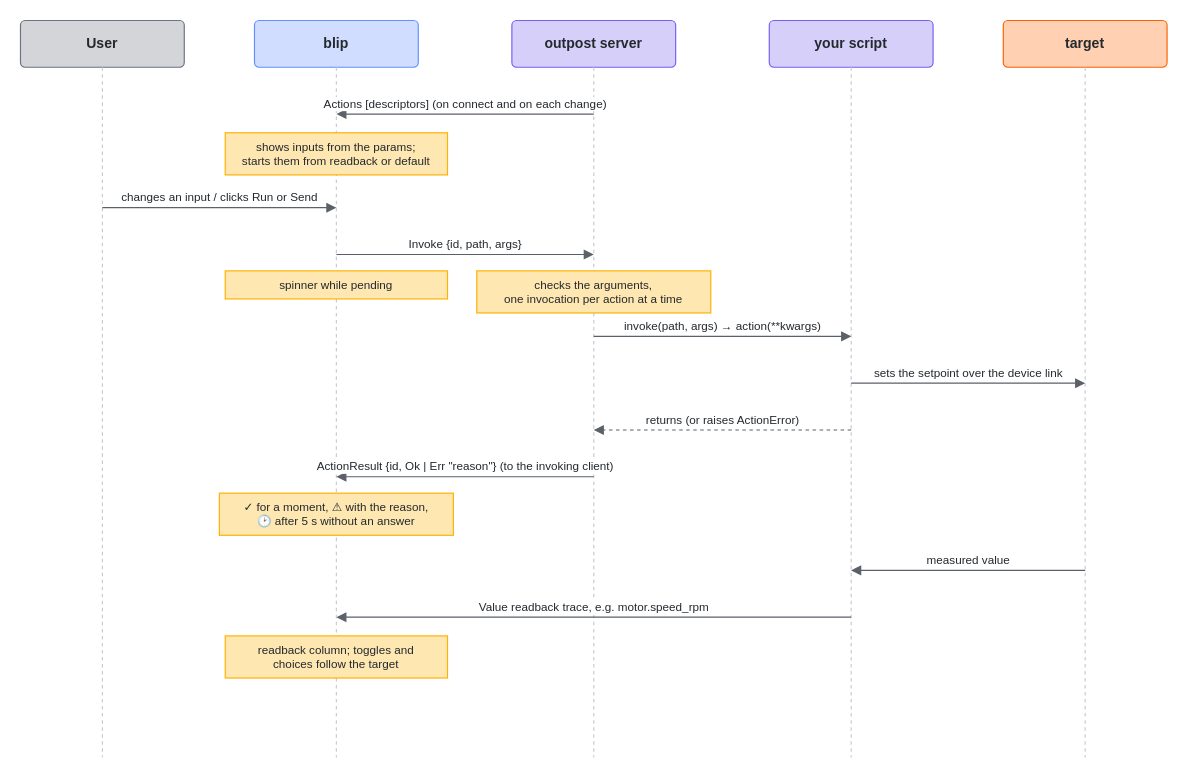
Before: doc/source/diagrams/action-sequence.drawio in stefanluethi/blip, a draw.io diagram. Source tidied: cells renumbered, new cells numbered last; positions are measured from the earlier drawing's top-left corner, leaving out a move shared by most shapes. Both pictures are drawn from the tidied source at 117%, with x=0, y=0 at pixel (20, 20).
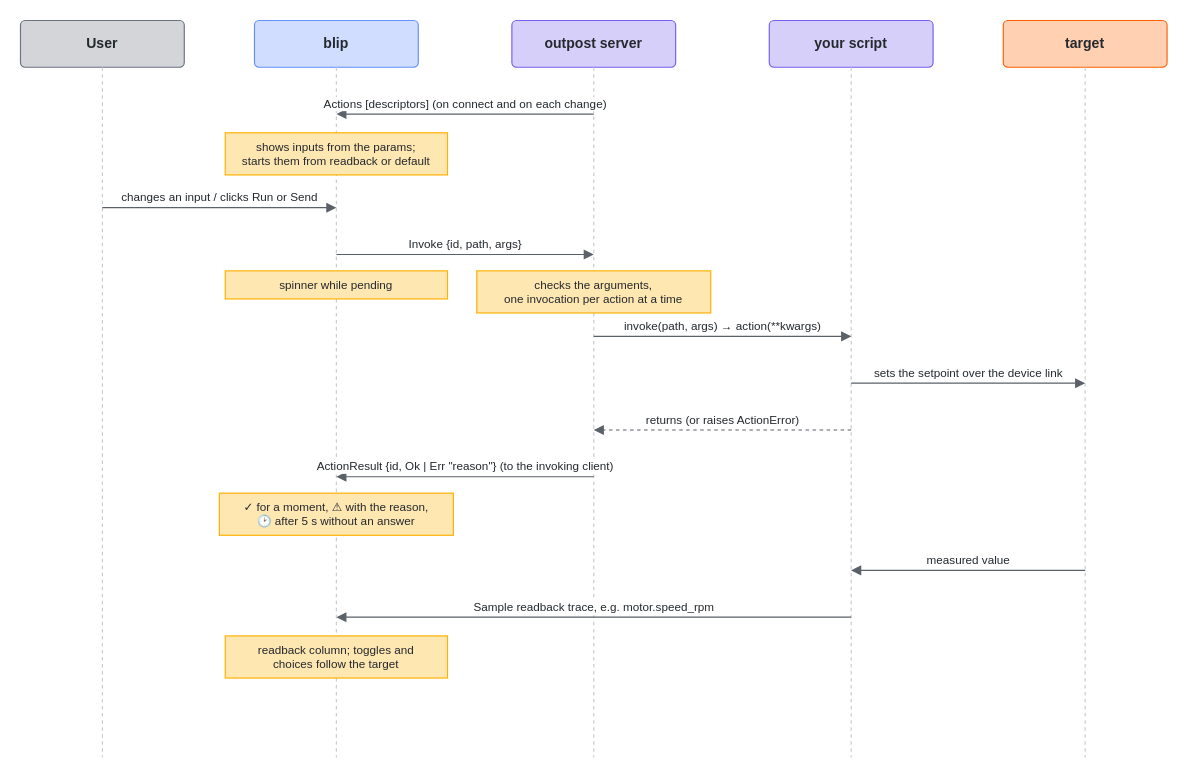
The same page after the edit.

Diff of the diagram source:
```diff
@@
-    <mxCell id="24" value="Value  readback trace, e.g. motor.speed_rpm" style="strokeColor=#5b6168;fontColor=#24292e;labelBackgroundColor=#ffffff;fontFamily=Fira Sans,Helvetica,Arial,sans-serif;html=1;endArrow=block;endFill=1;fontSize=10;rounded=0;verticalAlign=bottom;" parent="1" edge="1">
+    <mxCell id="24" value="Sample  readback trace, e.g. motor.speed_rpm" style="strokeColor=#5b6168;fontColor=#24292e;labelBackgroundColor=#ffffff;fontFamily=Fira Sans,Helvetica,Arial,sans-serif;html=1;endArrow=block;endFill=1;fontSize=10;rounded=0;verticalAlign=bottom;" parent="1" edge="1">
       <mxGeometry relative="1" as="geometry">
         <mxPoint x="710" y="510" as="sourcePoint" />
         <mxPoint x="270" y="510" as="targetPoint" />
       </mxGeometry>
     </mxCell>
```
